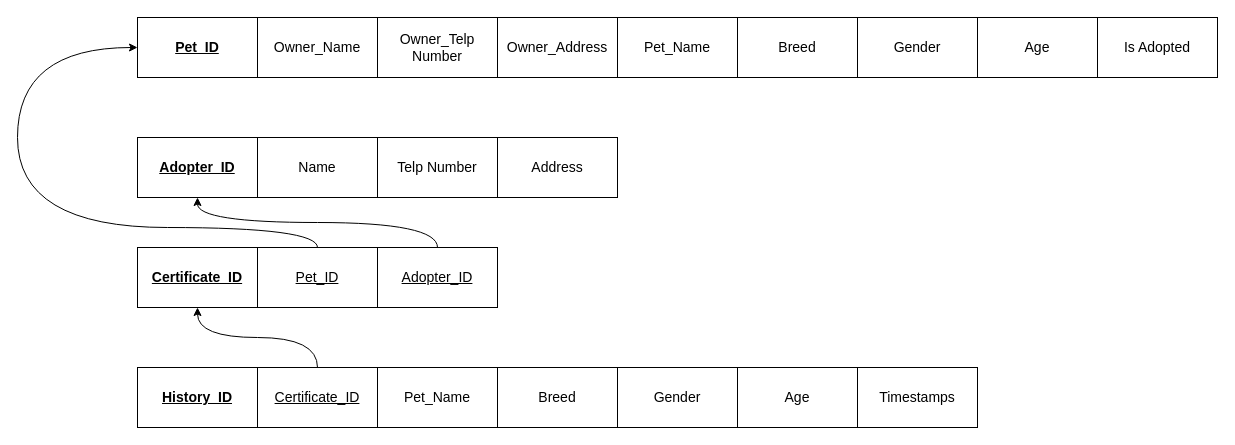
The draw.io diagram page "Page-2" (2 of 2) of Untitled Diagram.drawio in arba2401/TugasAkhirBasdat, before the edit. Source tidied: cells renumbered, new cells numbered last; positions are measured from the earlier drawing's top-left corner, leaving out a move shared by most shapes. Both pictures are drawn from the tidied source at 100%, with x=0, y=0 at pixel (17, 17).
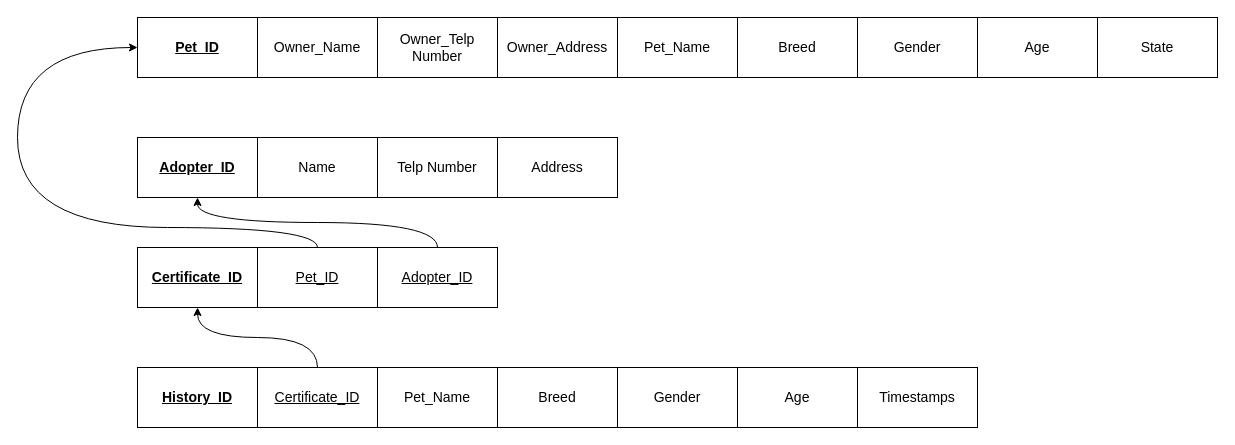
The same diagram, later.

Change to the diagram source:
```diff
@@
-    <mxCell id="27" value="&lt;span style=&quot;font-size: 14px&quot;&gt;Is Adopted&lt;/span&gt;" style="rounded=0;whiteSpace=wrap;html=1;" parent="1" vertex="1">
+    <mxCell id="27" value="&lt;span style=&quot;font-size: 14px&quot;&gt;State&lt;/span&gt;" style="rounded=0;whiteSpace=wrap;html=1;" parent="1" vertex="1">
       <mxGeometry x="1080" width="120" height="60" as="geometry" />
     </mxCell>
```
